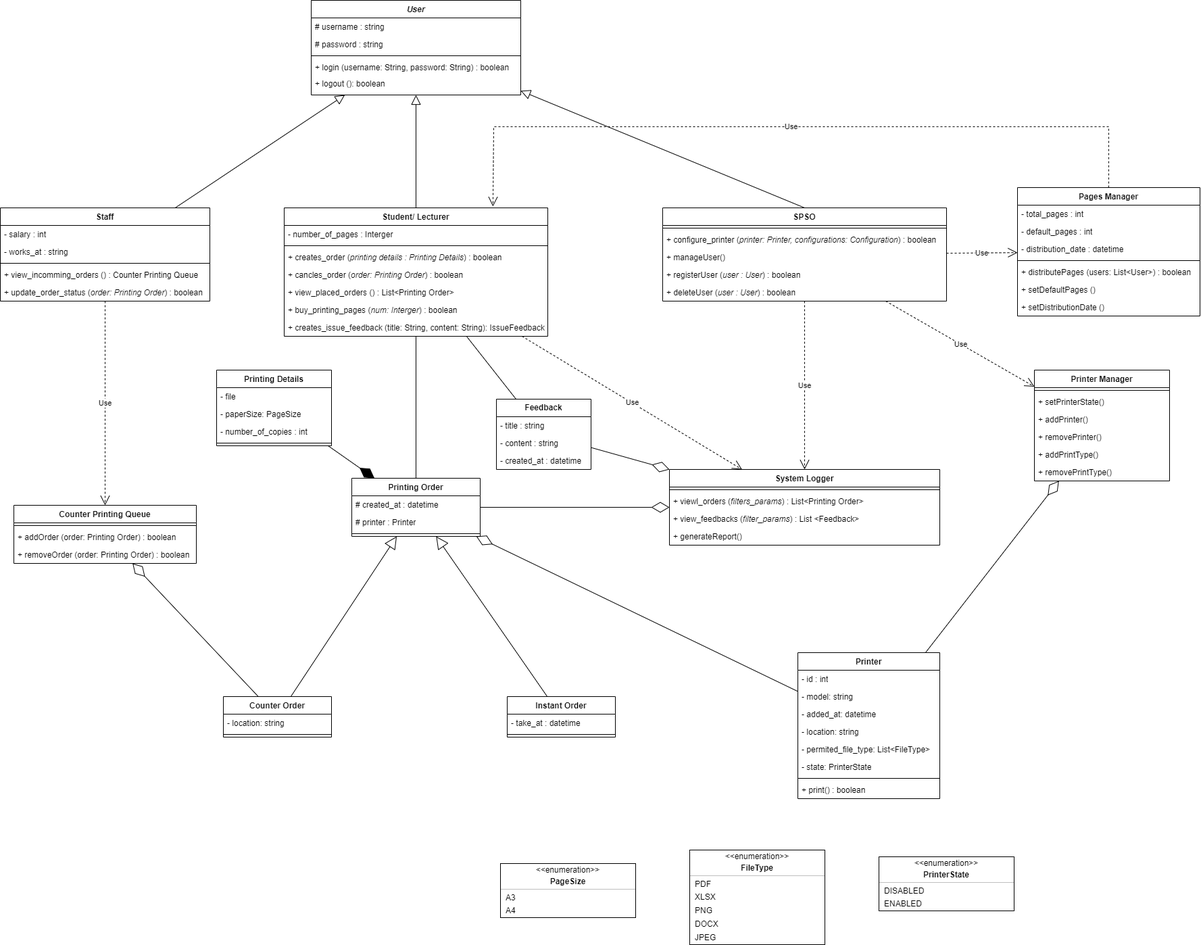
blueonline07/auth-demo keeps this draw.io diagram as spss-class-diagram.drawio.png. Above is the earlier version. Source tidied: cells renumbered, new cells last; positions are measured from the earlier drawing's top-left corner, leaving out a move shared by most shapes.
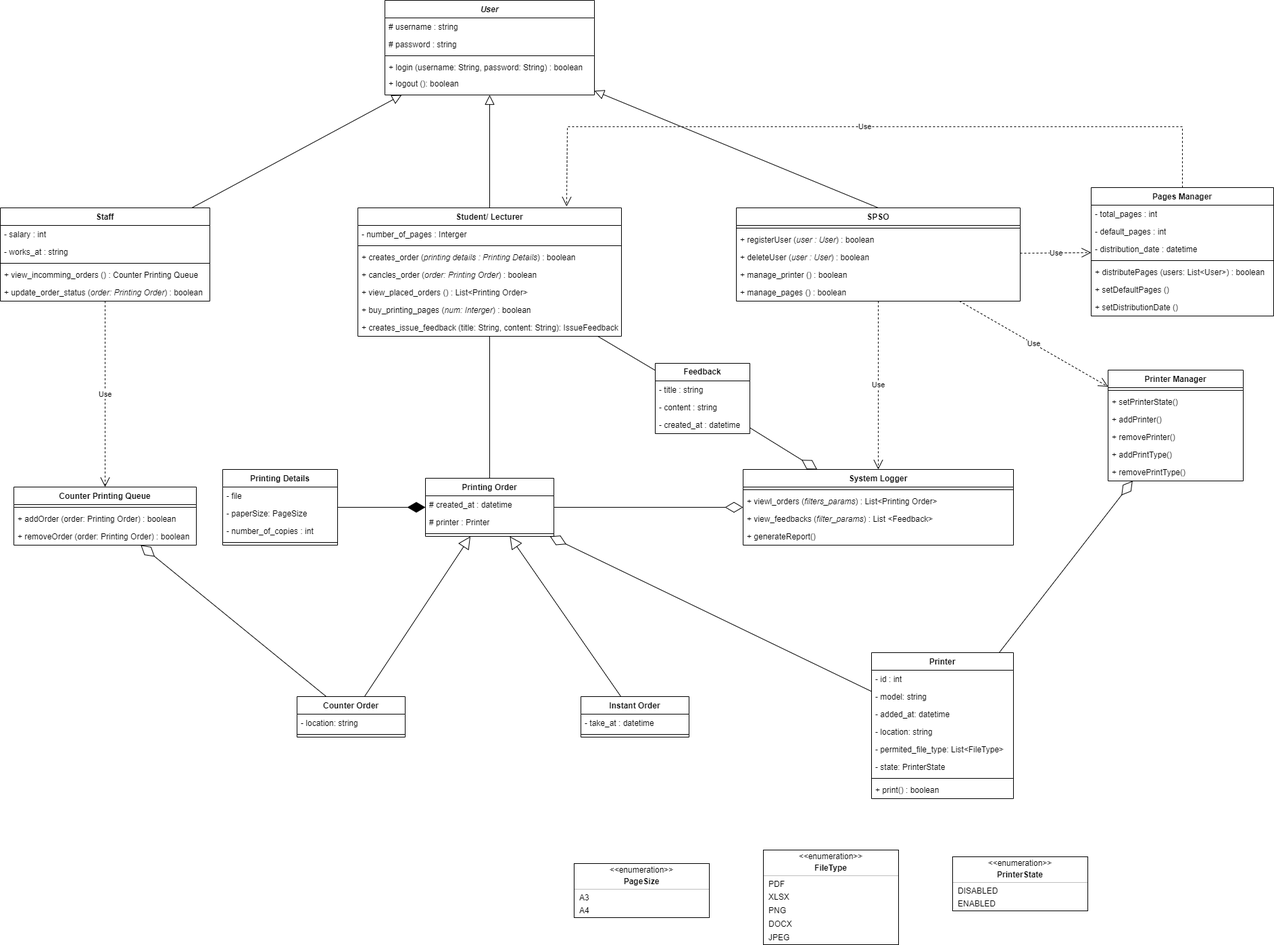
After the change.

Commit message:
Cập nhật spss-class-diagram.drawio.png

Change to the diagram source:
```diff
@@ -45,7 +45,7 @@
       <mxGeometry y="164" width="390" height="26" as="geometry" />
     </mxCell>
     <mxCell id="16" value="Staff" style="swimlane;fontStyle=1;align=center;verticalAlign=top;horizontal=1;startSize=26;rounded=0;shadow=0;strokeWidth=1;" parent="1" vertex="1">
-      <mxGeometry y="307" width="310" height="138" as="geometry" />
+      <mxGeometry x="-109" y="307" width="310" height="138" as="geometry" />
     </mxCell>
     <mxCell id="17" value="- salary : int" style="text;align=left;verticalAlign=top;spacingLeft=4;spacingRight=4;overflow=hidden;" parent="16" vertex="1">
       <mxGeometry y="26" width="310" height="26" as="geometry" />
@@ -68,18 +68,18 @@
     <mxCell id="23" style="line;strokeWidth=1;fillColor=none;align=left;verticalAlign=middle;spacingTop=-1;spacingLeft=3;spacingRight=3;labelPosition=right;strokeColor=inherit;" parent="22" vertex="1">
       <mxGeometry y="26" width="420" height="8" as="geometry" />
     </mxCell>
-    <mxCell id="24" value="+ configure_printer (&lt;i&gt;printer: Printer, configurations: Configuration&lt;/i&gt;) : boolean" style="text;strokeColor=none;fillColor=none;align=left;verticalAlign=top;spacingLeft=4;spacingRight=4;overflow=hidden;whiteSpace=wrap;html=1;" parent="22" vertex="1">
-      <mxGeometry y="34" width="420" height="26" as="geometry" />
-    </mxCell>
-    <mxCell id="25" value="+ manageUser()" style="text;strokeColor=none;fillColor=none;align=left;verticalAlign=top;spacingLeft=4;spacingRight=4;overflow=hidden;whiteSpace=wrap;html=1;" parent="22" vertex="1">
-      <mxGeometry y="60" width="420" height="26" as="geometry" />
-    </mxCell>
     <mxCell id="26" value="+ registerUser (&lt;i&gt;user : User&lt;/i&gt;) : boolean" style="text;strokeColor=none;fillColor=none;align=left;verticalAlign=top;spacingLeft=4;spacingRight=4;overflow=hidden;whiteSpace=wrap;html=1;" parent="22" vertex="1">
-      <mxGeometry y="86" width="420" height="26" as="geometry" />
+      <mxGeometry y="34" width="420" height="26" as="geometry" />
     </mxCell>
     <mxCell id="27" value="+ deleteUser (&lt;i&gt;user : User&lt;/i&gt;) : boolean" style="text;strokeColor=none;fillColor=none;align=left;verticalAlign=top;spacingLeft=4;spacingRight=4;overflow=hidden;whiteSpace=wrap;html=1;" parent="22" vertex="1">
-      <mxGeometry y="112" width="420" height="26" as="geometry" />
+      <mxGeometry y="60" width="420" height="26" as="geometry" />
     </mxCell>
+    <mxCell id="24" value="+ manage_printer () : boolean" style="text;strokeColor=none;fillColor=none;align=left;verticalAlign=top;spacingLeft=4;spacingRight=4;overflow=hidden;whiteSpace=wrap;html=1;" parent="22" vertex="1">
+      <mxGeometry y="86" width="420" height="26" as="geometry" />
+    </mxCell>
+    <mxCell id="120" value="+ manage_pages () : boolean" style="text;strokeColor=none;fillColor=none;align=left;verticalAlign=top;spacingLeft=4;spacingRight=4;overflow=hidden;whiteSpace=wrap;html=1;" parent="22" vertex="1">
+      <mxGeometry y="112" width="420" height="26" as="geometry" />
+    </mxCell>
     <mxCell id="28" value="Printer" style="swimlane;fontStyle=1;align=center;verticalAlign=top;horizontal=1;startSize=26;whiteSpace=wrap;html=1;" parent="1" vertex="1">
       <mxGeometry x="1180" y="965" width="210" height="216" as="geometry" />
     </mxCell>
@@ -120,7 +120,7 @@
       <mxGeometry y="78" width="190" height="8" as="geometry" />
     </mxCell>
     <mxCell id="41" value="Counter Printing Queue" style="swimlane;fontStyle=1;align=center;verticalAlign=top;horizontal=1;startSize=26;whiteSpace=wrap;html=1;" parent="1" vertex="1">
-      <mxGeometry x="20" y="747" width="270" height="86" as="geometry" />
+      <mxGeometry x="-89" y="720" width="270" height="86" as="geometry" />
     </mxCell>
     <mxCell id="42" style="line;strokeWidth=1;fillColor=none;align=left;verticalAlign=middle;spacingTop=-1;spacingLeft=3;spacingRight=3;labelPosition=right;strokeColor=inherit;" parent="41" vertex="1">
       <mxGeometry y="26" width="270" height="8" as="geometry" />
@@ -294,7 +294,7 @@
       <mxGeometry relative="1" as="geometry" />
     </mxCell>
     <mxCell id="99" value="Printing Details" style="swimlane;fontStyle=1;align=center;verticalAlign=top;horizontal=1;startSize=26;whiteSpace=wrap;html=1;" parent="1" vertex="1">
-      <mxGeometry x="320" y="547" width="170" height="112" as="geometry" />
+      <mxGeometry x="220" y="694" width="170" height="112" as="geometry" />
     </mxCell>
     <mxCell id="100" value="- file" style="text;strokeColor=none;fillColor=none;align=left;verticalAlign=top;spacingLeft=4;spacingRight=4;overflow=hidden;whiteSpace=wrap;html=1;" parent="99" vertex="1">
       <mxGeometry y="26" width="170" height="26" as="geometry" />
@@ -311,11 +311,8 @@
     <mxCell id="104" style="endArrow=diamondThin;endFill=1;endSize=24;html=1;rounded=0;" parent="1" edge="1" source="99" target="37">
       <mxGeometry relative="1" as="geometry" />
     </mxCell>
-    <mxCell id="105" value="Use" style="endArrow=open;endSize=12;dashed=1;html=1;rounded=0;" parent="1" edge="1" source="8" target="45">
-      <mxGeometry relative="1" as="geometry" />
-    </mxCell>
     <mxCell id="106" value="&lt;b&gt;Feedback&lt;/b&gt;" style="swimlane;fontStyle=0;horizontal=1;startSize=26;fillColor=none;whiteSpace=wrap;html=1;" parent="1" vertex="1">
-      <mxGeometry x="734" y="590" width="140" height="104" as="geometry" />
+      <mxGeometry x="860" y="537" width="140" height="104" as="geometry" />
     </mxCell>
     <mxCell id="107" value="- title : string" style="text;strokeColor=none;fillColor=none;align=left;verticalAlign=top;spacingLeft=4;spacingRight=4;overflow=hidden;whiteSpace=wrap;html=1;" parent="106" vertex="1">
       <mxGeometry y="26" width="140" height="26" as="geometry" />
```
